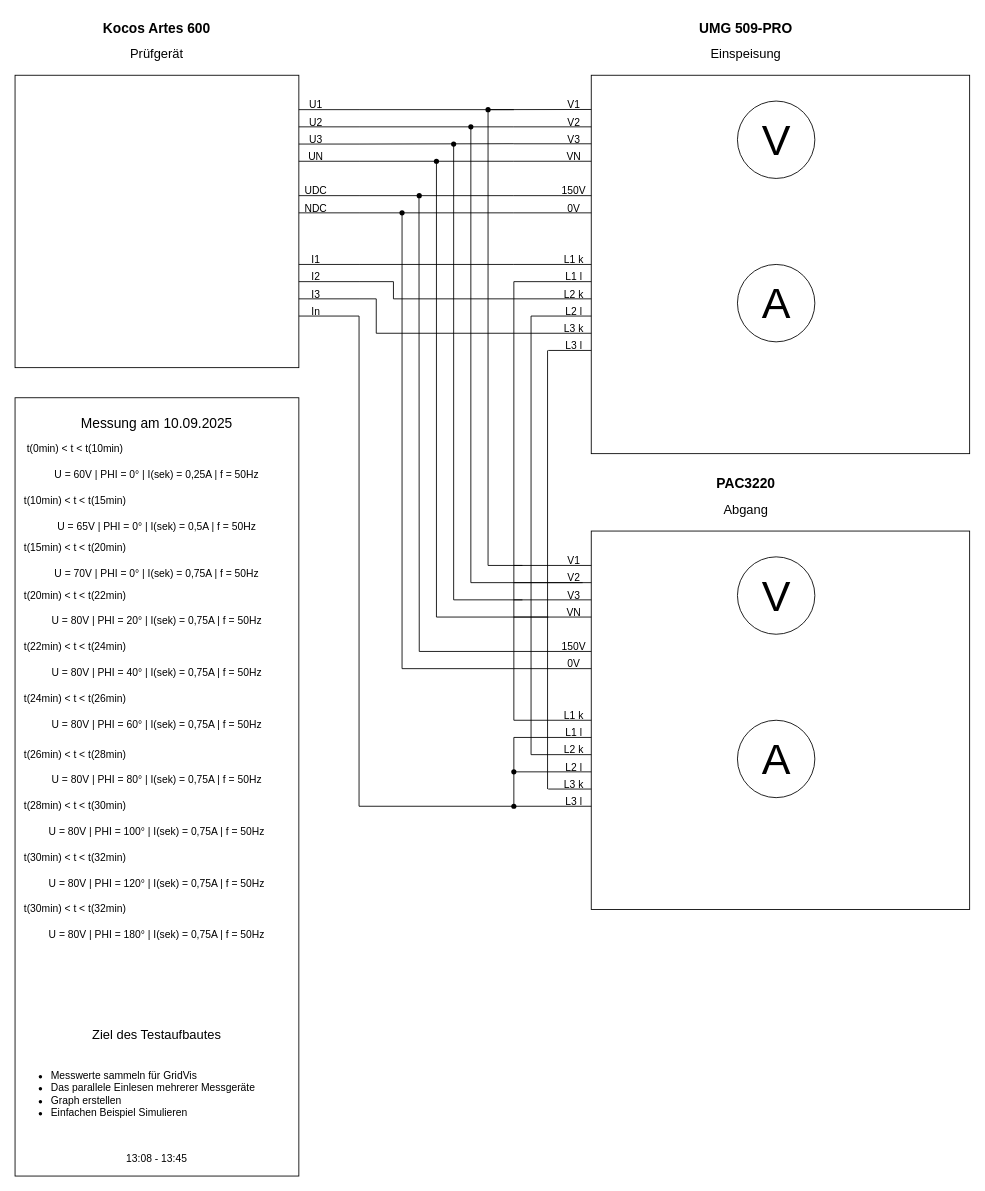
Above: visuals/Testmessung1.drawio in Helge-Steinhorst/ISO50001WebBrowser (draw.io), before the change. Source tidied: cells renumbered, new cells numbered last; positions are measured from the earlier drawing's top-left corner, leaving out a move shared by most shapes. Both pictures are drawn from the tidied source at 86%, with x=0, y=0 at pixel (15, 15).
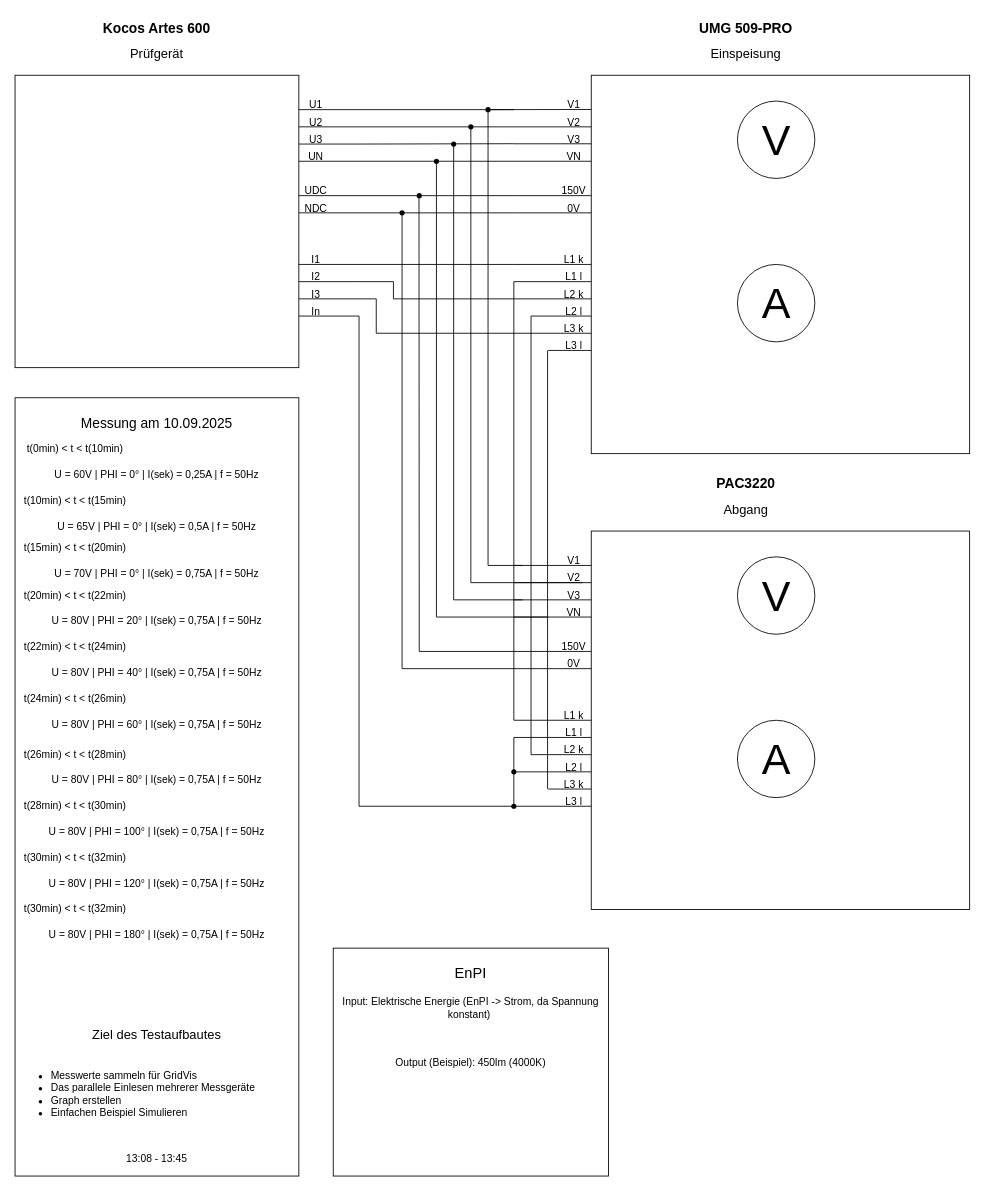
Above is the later version.

Change to the diagram source:
```diff
@@
+    <mxCell id="149" style="rounded=0;whiteSpace=wrap;html=1;fillColor=none;" parent="1" vertex="1">
+      <mxGeometry x="370" y="1085" width="320" height="265" as="geometry" />
+    </mxCell>
@@
+    <mxCell id="150" value="&lt;font style=&quot;font-size: 17px;&quot;&gt;EnPI&lt;/font&gt;" style="text;html=1;align=center;verticalAlign=middle;whiteSpace=wrap;rounded=0;" parent="1" vertex="1">
+      <mxGeometry x="370" y="1100" width="320" height="30" as="geometry" />
+    </mxCell>
+    <mxCell id="151" value="Input: Elektrische Energie (EnPI -&amp;gt; Strom, da Spannung konstant)&amp;nbsp;" style="text;html=1;align=center;verticalAlign=middle;whiteSpace=wrap;rounded=0;" parent="1" vertex="1">
+      <mxGeometry x="370" y="1140" width="320" height="30" as="geometry" />
+    </mxCell>
+    <mxCell id="152" value="Output (Beispiel): 450lm (4000K)" style="text;html=1;align=center;verticalAlign=middle;whiteSpace=wrap;rounded=0;" parent="1" vertex="1">
+      <mxGeometry x="370" y="1202.5" width="320" height="30" as="geometry" />
+    </mxCell>
```
